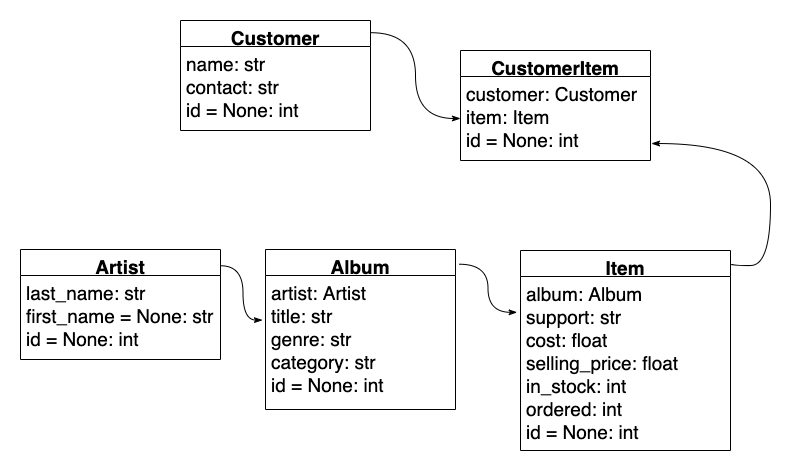
Earlier version of the draw.io export diagrams/class_diagram.png (StBinando/week_05-personal_project). Source tidied: cells renumbered, new cells last; positions are measured from the earlier drawing's top-left corner, leaving out a move shared by most shapes.
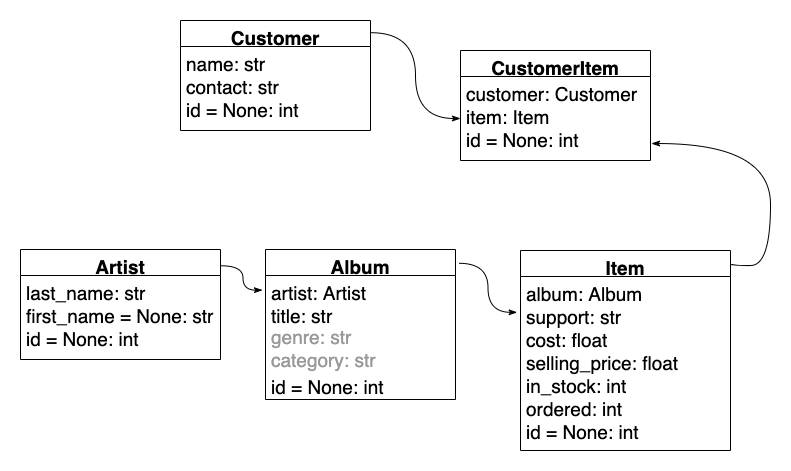
After the change.

What changed in the source:
```diff
@@ -12,11 +12,17 @@
       <mxGeometry y="26" width="200" height="84" as="geometry" />
     </mxCell>
     <mxCell id="5" value="Album" style="swimlane;fontStyle=1;align=center;verticalAlign=top;horizontal=1;startSize=26;fontSize=19;" parent="1" vertex="1">
-      <mxGeometry x="265" y="249" width="190" height="160" as="geometry" />
+      <mxGeometry x="265" y="249" width="190" height="150" as="geometry" />
     </mxCell>
-    <mxCell id="6" value="artist: Artist&#10;title: str&#10;genre: str&#10;category: str&#10;id = None: int" style="text;strokeColor=none;fillColor=none;align=left;verticalAlign=top;spacingLeft=4;spacingRight=4;overflow=hidden;points=[[0,0.5],[1,0.5]];portConstraint=eastwest;fontSize=19;" parent="5" vertex="1">
-      <mxGeometry y="26" width="190" height="134" as="geometry" />
+    <mxCell id="6" value="artist: Artist&#10;title: str&#10;" style="text;strokeColor=none;fillColor=none;align=left;verticalAlign=top;spacingLeft=4;spacingRight=4;overflow=hidden;points=[[0,0.5],[1,0.5]];portConstraint=eastwest;fontSize=19;fontColor=#000000;" parent="5" vertex="1">
+      <mxGeometry y="26" width="190" height="44" as="geometry" />
     </mxCell>
+    <mxCell id="17" value="genre: str&#10;category: str" style="text;strokeColor=none;fillColor=none;align=left;verticalAlign=top;spacingLeft=4;spacingRight=4;overflow=hidden;fontSize=19;fontColor=#999999;" parent="5" vertex="1">
+      <mxGeometry y="70" width="190" height="50" as="geometry" />
+    </mxCell>
+    <mxCell id="18" value="id = None: int" style="text;strokeColor=none;fillColor=none;align=left;verticalAlign=top;spacingLeft=4;spacingRight=4;overflow=hidden;fontSize=19;fontColor=#000000;" parent="5" vertex="1">
+      <mxGeometry y="120" width="190" height="30" as="geometry" />
+    </mxCell>
     <mxCell id="7" value="Customer" style="swimlane;fontStyle=1;align=center;verticalAlign=top;horizontal=1;startSize=26;fontSize=19;" parent="1" vertex="1">
       <mxGeometry x="180" y="20" width="190" height="110" as="geometry" />
     </mxCell>
```
